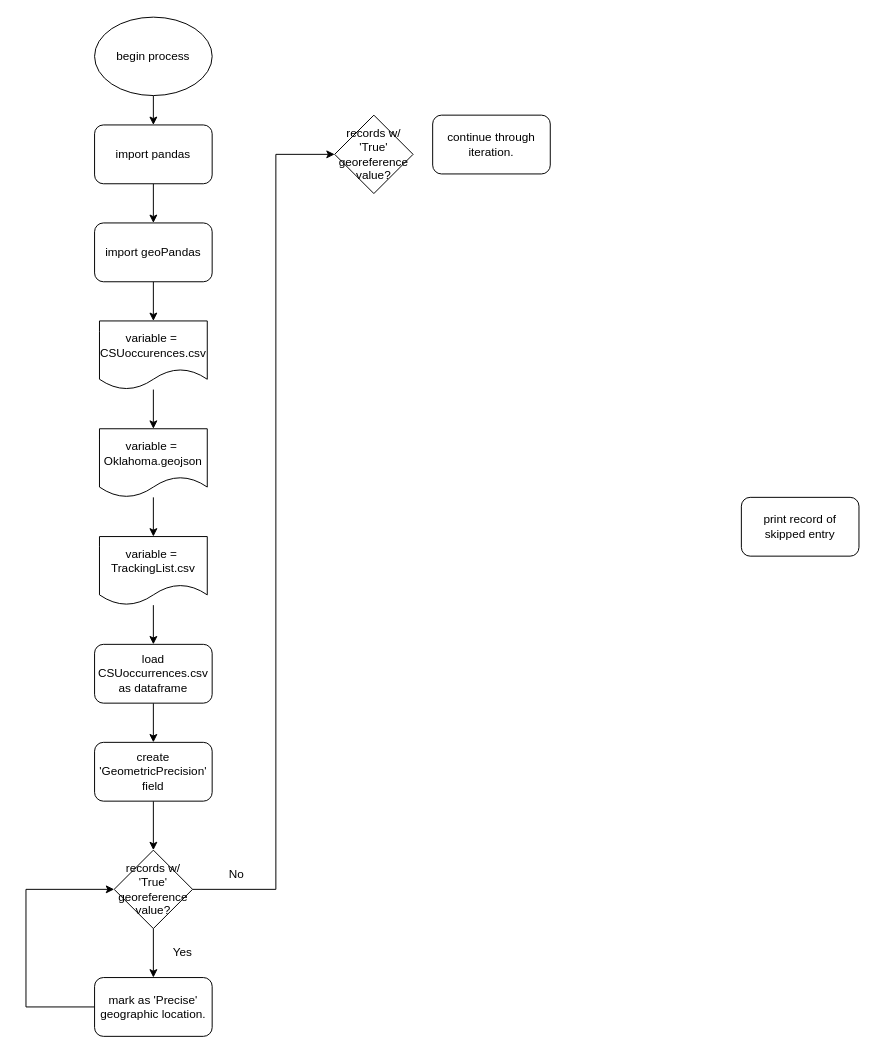
Above: docs/wrightCapstoneFlowchart.drawio in Mwright710788/CapstoneFiles (draw.io), before the change. Source tidied: cells renumbered, new cells numbered last; positions are measured from the earlier drawing's top-left corner, leaving out a move shared by most shapes. Both pictures are drawn from the tidied source at 98%, with x=0, y=0 at pixel (25, 17).
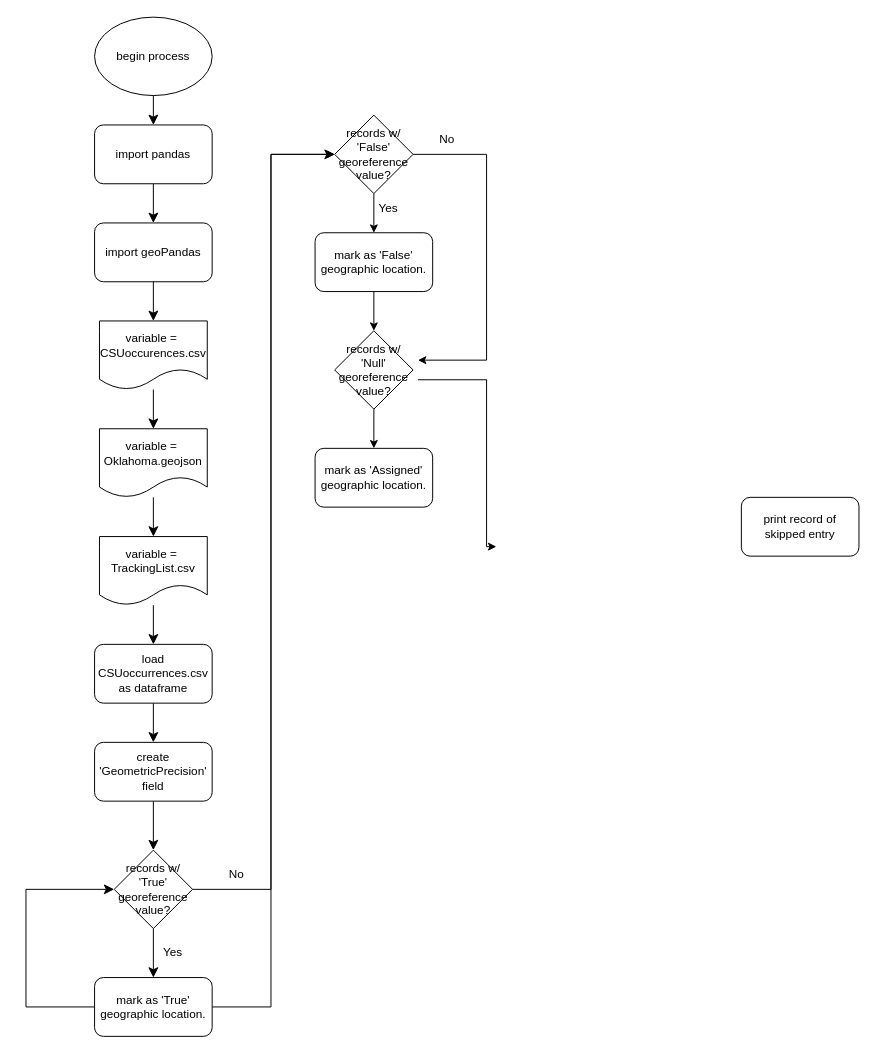
The same diagram, later.

Unchanged cells that the change refers to:
```xml
<mxCell id="3" value="&lt;div&gt;variable =&amp;nbsp;&lt;/div&gt;CSUoccurences.csv" style="shape=document;whiteSpace=wrap;html=1;boundedLbl=1;" parent="1" vertex="1">
  <mxGeometry x="75" y="310" width="110" height="70" as="geometry" />
</mxCell>
<mxCell id="5" value="begin process" style="ellipse;whiteSpace=wrap;html=1;" parent="1" vertex="1">
  <mxGeometry x="70" width="120" height="80" as="geometry" />
</mxCell>
<mxCell id="7" value="import pandas" style="rounded=1;whiteSpace=wrap;html=1;" parent="1" vertex="1">
  <mxGeometry x="70" y="110" width="120" height="60" as="geometry" />
</mxCell>
<mxCell id="9" value="import geoPandas" style="rounded=1;whiteSpace=wrap;html=1;" parent="1" vertex="1">
  <mxGeometry x="70" y="210" width="120" height="60" as="geometry" />
</mxCell>
<mxCell id="11" value="&lt;div&gt;variable =&amp;nbsp;&lt;/div&gt;Oklahoma.geojson" style="shape=document;whiteSpace=wrap;html=1;boundedLbl=1;" parent="1" vertex="1">
  <mxGeometry x="75" y="420" width="110" height="70" as="geometry" />
</mxCell>
<mxCell id="14" value="records w/&lt;div&gt;'True'&lt;/div&gt;&lt;div&gt;georeference&lt;/div&gt;&lt;div&gt;value?&lt;/div&gt;" style="rhombus;whiteSpace=wrap;html=1;" parent="1" vertex="1">
  <mxGeometry x="90" y="850" width="80" height="80" as="geometry" />
</mxCell>
<mxCell id="22" value="&lt;div&gt;variable =&amp;nbsp;&lt;/div&gt;TrackingList.csv" style="shape=document;whiteSpace=wrap;html=1;boundedLbl=1;" parent="1" vertex="1">
  <mxGeometry x="75" y="530" width="110" height="70" as="geometry" />
</mxCell>
<mxCell id="24" value="load CSUoccurrences.csv as dataframe" style="rounded=1;whiteSpace=wrap;html=1;" parent="1" vertex="1">
  <mxGeometry x="70" y="640" width="120" height="60" as="geometry" />
</mxCell>
<mxCell id="26" value="create&lt;div&gt;'GeometricPrecision'&lt;/div&gt;&lt;div&gt;field&lt;/div&gt;" style="rounded=1;whiteSpace=wrap;html=1;" parent="1" vertex="1">
  <mxGeometry x="70" y="740" width="120" height="60" as="geometry" />
</mxCell>
```

Diff of the diagram source:
```diff
@@
-    <mxCell id="2" style="edgeStyle=orthogonalEdgeStyle;rounded=0;jettySize=auto;html=1;entryX=0.5;entryY=0;entryDx=0;entryDy=0;" parent="1" edge="1" source="3" target="11">
+    <mxCell id="2" style="edgeStyle=orthogonalEdgeStyle;rounded=0;jettySize=auto;html=1;entryX=0.5;entryY=0;entryDx=0;entryDy=0;endSize=8;startSize=8;" parent="1" edge="1" source="3" target="11">
       <mxGeometry relative="1" as="geometry" />
     </mxCell>
@@
-    <mxCell id="4" style="edgeStyle=orthogonalEdgeStyle;rounded=0;jettySize=auto;html=1;exitX=0.5;exitY=1;exitDx=0;exitDy=0;entryX=0.5;entryY=0;entryDx=0;entryDy=0;" parent="1" edge="1" source="5" target="7">
+    <mxCell id="4" style="edgeStyle=orthogonalEdgeStyle;rounded=0;jettySize=auto;html=1;exitX=0.5;exitY=1;exitDx=0;exitDy=0;entryX=0.5;entryY=0;entryDx=0;entryDy=0;endSize=8;startSize=8;" parent="1" edge="1" source="5" target="7">
       <mxGeometry relative="1" as="geometry" />
     </mxCell>
@@
-    <mxCell id="6" style="edgeStyle=orthogonalEdgeStyle;rounded=0;jettySize=auto;html=1;exitX=0.5;exitY=1;exitDx=0;exitDy=0;entryX=0.5;entryY=0;entryDx=0;entryDy=0;" parent="1" edge="1" source="7" target="9">
+    <mxCell id="6" style="edgeStyle=orthogonalEdgeStyle;rounded=0;jettySize=auto;html=1;exitX=0.5;exitY=1;exitDx=0;exitDy=0;entryX=0.5;entryY=0;entryDx=0;entryDy=0;endSize=8;startSize=8;" parent="1" edge="1" source="7" target="9">
       <mxGeometry relative="1" as="geometry" />
     </mxCell>
@@
-    <mxCell id="8" style="edgeStyle=orthogonalEdgeStyle;rounded=0;jettySize=auto;html=1;exitX=0.5;exitY=1;exitDx=0;exitDy=0;entryX=0.5;entryY=0;entryDx=0;entryDy=0;" parent="1" edge="1" source="9" target="3">
+    <mxCell id="8" style="edgeStyle=orthogonalEdgeStyle;rounded=0;jettySize=auto;html=1;exitX=0.5;exitY=1;exitDx=0;exitDy=0;entryX=0.5;entryY=0;entryDx=0;entryDy=0;endSize=8;startSize=8;" parent="1" edge="1" source="9" target="3">
       <mxGeometry relative="1" as="geometry" />
     </mxCell>
@@
-    <mxCell id="10" style="edgeStyle=orthogonalEdgeStyle;rounded=0;jettySize=auto;html=1;entryX=0.5;entryY=0;entryDx=0;entryDy=0;" parent="1" edge="1" source="11" target="22">
+    <mxCell id="10" style="edgeStyle=orthogonalEdgeStyle;rounded=0;jettySize=auto;html=1;entryX=0.5;entryY=0;entryDx=0;entryDy=0;endSize=8;startSize=8;" parent="1" edge="1" source="11" target="22">
       <mxGeometry relative="1" as="geometry" />
     </mxCell>
@@
-    <mxCell id="12" style="edgeStyle=orthogonalEdgeStyle;rounded=0;jettySize=auto;html=1;exitX=0.5;exitY=1;exitDx=0;exitDy=0;entryX=0.5;entryY=0;entryDx=0;entryDy=0;" parent="1" edge="1" source="14" target="16">
+    <mxCell id="12" style="edgeStyle=orthogonalEdgeStyle;rounded=0;jettySize=auto;html=1;exitX=0.5;exitY=1;exitDx=0;exitDy=0;entryX=0.5;entryY=0;entryDx=0;entryDy=0;endSize=8;startSize=8;" parent="1" edge="1" source="14" target="16">
       <mxGeometry relative="1" as="geometry" />
     </mxCell>
-    <mxCell id="13" style="edgeStyle=orthogonalEdgeStyle;rounded=0;jettySize=auto;html=1;exitX=1;exitY=0.5;exitDx=0;exitDy=0;entryX=0;entryY=0.5;entryDx=0;entryDy=0;" parent="1" edge="1" source="14" target="27">
+    <mxCell id="13" style="edgeStyle=orthogonalEdgeStyle;rounded=0;jettySize=auto;html=1;exitX=1;exitY=0.5;exitDx=0;exitDy=0;entryX=0;entryY=0.5;entryDx=0;entryDy=0;endSize=8;" parent="1" edge="1" source="14" target="27">
       <mxGeometry relative="1" as="geometry">
         <Array as="points">
-          <mxPoint x="255" y="890" />
-          <mxPoint x="255" y="140" />
+          <mxPoint x="250" y="890" />
+          <mxPoint x="250" y="140" />
         </Array>
       </mxGeometry>
     </mxCell>
@@
-    <mxCell id="15" style="edgeStyle=orthogonalEdgeStyle;rounded=0;jettySize=auto;html=1;exitX=0;exitY=0.5;exitDx=0;exitDy=0;entryX=0;entryY=0.5;entryDx=0;entryDy=0;" parent="1" edge="1" source="16" target="14">
+    <mxCell id="15" style="edgeStyle=orthogonalEdgeStyle;rounded=0;jettySize=auto;html=1;exitX=0;exitY=0.5;exitDx=0;exitDy=0;entryX=0;entryY=0.5;entryDx=0;entryDy=0;endSize=8;startSize=8;" parent="1" edge="1" source="16" target="14">
       <mxGeometry relative="1" as="geometry">
         <Array as="points">
           <mxPoint y="1010" />
           <mxPoint y="890" />
         </Array>
       </mxGeometry>
     </mxCell>
+    <mxCell id="28" style="edgeStyle=orthogonalEdgeStyle;rounded=0;jettySize=auto;html=1;exitX=1;exitY=0.5;exitDx=0;exitDy=0;entryX=0;entryY=0.5;entryDx=0;entryDy=0;" parent="1" edge="1" source="16" target="27">
+      <mxGeometry relative="1" as="geometry">
+        <Array as="points">
+          <mxPoint x="250" y="1010" />
+          <mxPoint x="250" y="140" />
+        </Array>
+      </mxGeometry>
+    </mxCell>
-    <mxCell id="16" value="mark as 'Precise'&lt;div&gt;geographic location.&lt;/div&gt;" style="rounded=1;whiteSpace=wrap;html=1;" parent="1" vertex="1">
+    <mxCell id="16" value="mark as 'True'&lt;div&gt;geographic location.&lt;/div&gt;" style="rounded=1;whiteSpace=wrap;html=1;" parent="1" vertex="1">
       <mxGeometry x="70" y="980" width="120" height="60" as="geometry" />
     </mxCell>
@@
-    <mxCell id="19" value="continue through&lt;div&gt;iteration.&lt;/div&gt;" style="rounded=1;whiteSpace=wrap;html=1;" parent="1" vertex="1">
-      <mxGeometry x="415" y="100" width="120" height="60" as="geometry" />
+    <mxCell id="19" value="mark as 'Assigned'&lt;div&gt;geographic location.&lt;/div&gt;" style="rounded=1;whiteSpace=wrap;html=1;" parent="1" vertex="1">
+      <mxGeometry x="295" y="440" width="120" height="60" as="geometry" />
     </mxCell>
     <mxCell id="20" value="Yes" style="text;html=1;whiteSpace=wrap;strokeColor=none;fillColor=none;align=center;verticalAlign=middle;rounded=0;" parent="1" vertex="1">
-      <mxGeometry x="130" y="940" width="60" height="30" as="geometry" />
+      <mxGeometry x="120" y="940" width="60" height="30" as="geometry" />
     </mxCell>
-    <mxCell id="21" style="edgeStyle=orthogonalEdgeStyle;rounded=0;jettySize=auto;html=1;entryX=0.5;entryY=0;entryDx=0;entryDy=0;" parent="1" edge="1" source="22" target="24">
+    <mxCell id="21" style="edgeStyle=orthogonalEdgeStyle;rounded=0;jettySize=auto;html=1;entryX=0.5;entryY=0;entryDx=0;entryDy=0;endSize=8;startSize=8;" parent="1" edge="1" source="22" target="24">
       <mxGeometry relative="1" as="geometry" />
     </mxCell>
@@
-    <mxCell id="23" style="edgeStyle=orthogonalEdgeStyle;rounded=0;jettySize=auto;html=1;exitX=0.5;exitY=1;exitDx=0;exitDy=0;entryX=0.5;entryY=0;entryDx=0;entryDy=0;" parent="1" edge="1" source="24" target="26">
+    <mxCell id="23" style="edgeStyle=orthogonalEdgeStyle;rounded=0;jettySize=auto;html=1;exitX=0.5;exitY=1;exitDx=0;exitDy=0;entryX=0.5;entryY=0;entryDx=0;entryDy=0;endSize=8;startSize=8;" parent="1" edge="1" source="24" target="26">
       <mxGeometry relative="1" as="geometry" />
     </mxCell>
@@
-    <mxCell id="25" style="edgeStyle=orthogonalEdgeStyle;rounded=0;jettySize=auto;html=1;exitX=0.5;exitY=1;exitDx=0;exitDy=0;entryX=0.5;entryY=0;entryDx=0;entryDy=0;" parent="1" edge="1" source="26" target="14">
+    <mxCell id="25" style="edgeStyle=orthogonalEdgeStyle;rounded=0;jettySize=auto;html=1;exitX=0.5;exitY=1;exitDx=0;exitDy=0;entryX=0.5;entryY=0;entryDx=0;entryDy=0;endSize=8;startSize=8;" parent="1" edge="1" source="26" target="14">
       <mxGeometry relative="1" as="geometry" />
     </mxCell>
@@
+    <mxCell id="29" style="edgeStyle=orthogonalEdgeStyle;rounded=0;jettySize=auto;html=1;exitX=0.5;exitY=1;exitDx=0;exitDy=0;entryX=0.5;entryY=0;entryDx=0;entryDy=0;" parent="1" edge="1" source="27" target="32">
+      <mxGeometry relative="1" as="geometry" />
+    </mxCell>
+    <mxCell id="30" style="edgeStyle=orthogonalEdgeStyle;rounded=0;jettySize=auto;html=1;exitX=1;exitY=0.5;exitDx=0;exitDy=0;" parent="1" edge="1" source="27">
+      <mxGeometry relative="1" as="geometry">
+        <mxPoint x="400" y="350" as="targetPoint" />
+        <Array as="points">
+          <mxPoint x="470" y="140" />
+          <mxPoint x="470" y="350" />
+        </Array>
+      </mxGeometry>
+    </mxCell>
-    <mxCell id="27" value="records w/&lt;div&gt;'True'&lt;/div&gt;&lt;div&gt;georeference&lt;/div&gt;&lt;div&gt;value?&lt;/div&gt;" style="rhombus;whiteSpace=wrap;html=1;" parent="1" vertex="1">
+    <mxCell id="27" value="records w/&lt;div&gt;'False'&lt;/div&gt;&lt;div&gt;georeference&lt;/div&gt;&lt;div&gt;value?&lt;/div&gt;" style="rhombus;whiteSpace=wrap;html=1;" parent="1" vertex="1">
       <mxGeometry x="315" y="100" width="80" height="80" as="geometry" />
     </mxCell>
+    <mxCell id="31" style="edgeStyle=orthogonalEdgeStyle;rounded=0;jettySize=auto;html=1;exitX=0.5;exitY=1;exitDx=0;exitDy=0;entryX=0.5;entryY=0;entryDx=0;entryDy=0;" parent="1" edge="1" source="32" target="35">
+      <mxGeometry relative="1" as="geometry" />
+    </mxCell>
+    <mxCell id="32" value="mark as 'False'&lt;div&gt;geographic location.&lt;/div&gt;" style="rounded=1;whiteSpace=wrap;html=1;" parent="1" vertex="1">
+      <mxGeometry x="295" y="220" width="120" height="60" as="geometry" />
+    </mxCell>
+    <mxCell id="33" style="edgeStyle=orthogonalEdgeStyle;rounded=0;jettySize=auto;html=1;exitX=0.5;exitY=1;exitDx=0;exitDy=0;entryX=0.5;entryY=0;entryDx=0;entryDy=0;" parent="1" edge="1" source="35" target="19">
+      <mxGeometry relative="1" as="geometry" />
+    </mxCell>
+    <mxCell id="34" style="edgeStyle=orthogonalEdgeStyle;rounded=0;orthogonalLoop=1;jettySize=auto;html=1;" parent="1" edge="1">
+      <mxGeometry relative="1" as="geometry">
+        <mxPoint x="400" y="370" as="sourcePoint" />
+        <mxPoint x="480" y="540.3" as="targetPoint" />
+        <Array as="points">
+          <mxPoint x="470" y="370" />
+          <mxPoint x="470" y="540" />
+        </Array>
+      </mxGeometry>
+    </mxCell>
+    <mxCell id="35" value="records w/&lt;div&gt;'Null'&lt;/div&gt;&lt;div&gt;georeference&lt;/div&gt;&lt;div&gt;value?&lt;/div&gt;" style="rhombus;whiteSpace=wrap;html=1;" parent="1" vertex="1">
+      <mxGeometry x="315" y="320" width="80" height="80" as="geometry" />
+    </mxCell>
+    <mxCell id="36" value="No" style="text;html=1;whiteSpace=wrap;strokeColor=none;fillColor=none;align=center;verticalAlign=middle;rounded=0;" parent="1" vertex="1">
+      <mxGeometry x="400" y="110" width="60" height="30" as="geometry" />
+    </mxCell>
+    <mxCell id="37" value="Yes" style="text;html=1;whiteSpace=wrap;strokeColor=none;fillColor=none;align=center;verticalAlign=middle;rounded=0;" parent="1" vertex="1">
+      <mxGeometry x="340" y="180" width="60" height="30" as="geometry" />
+    </mxCell>
```
